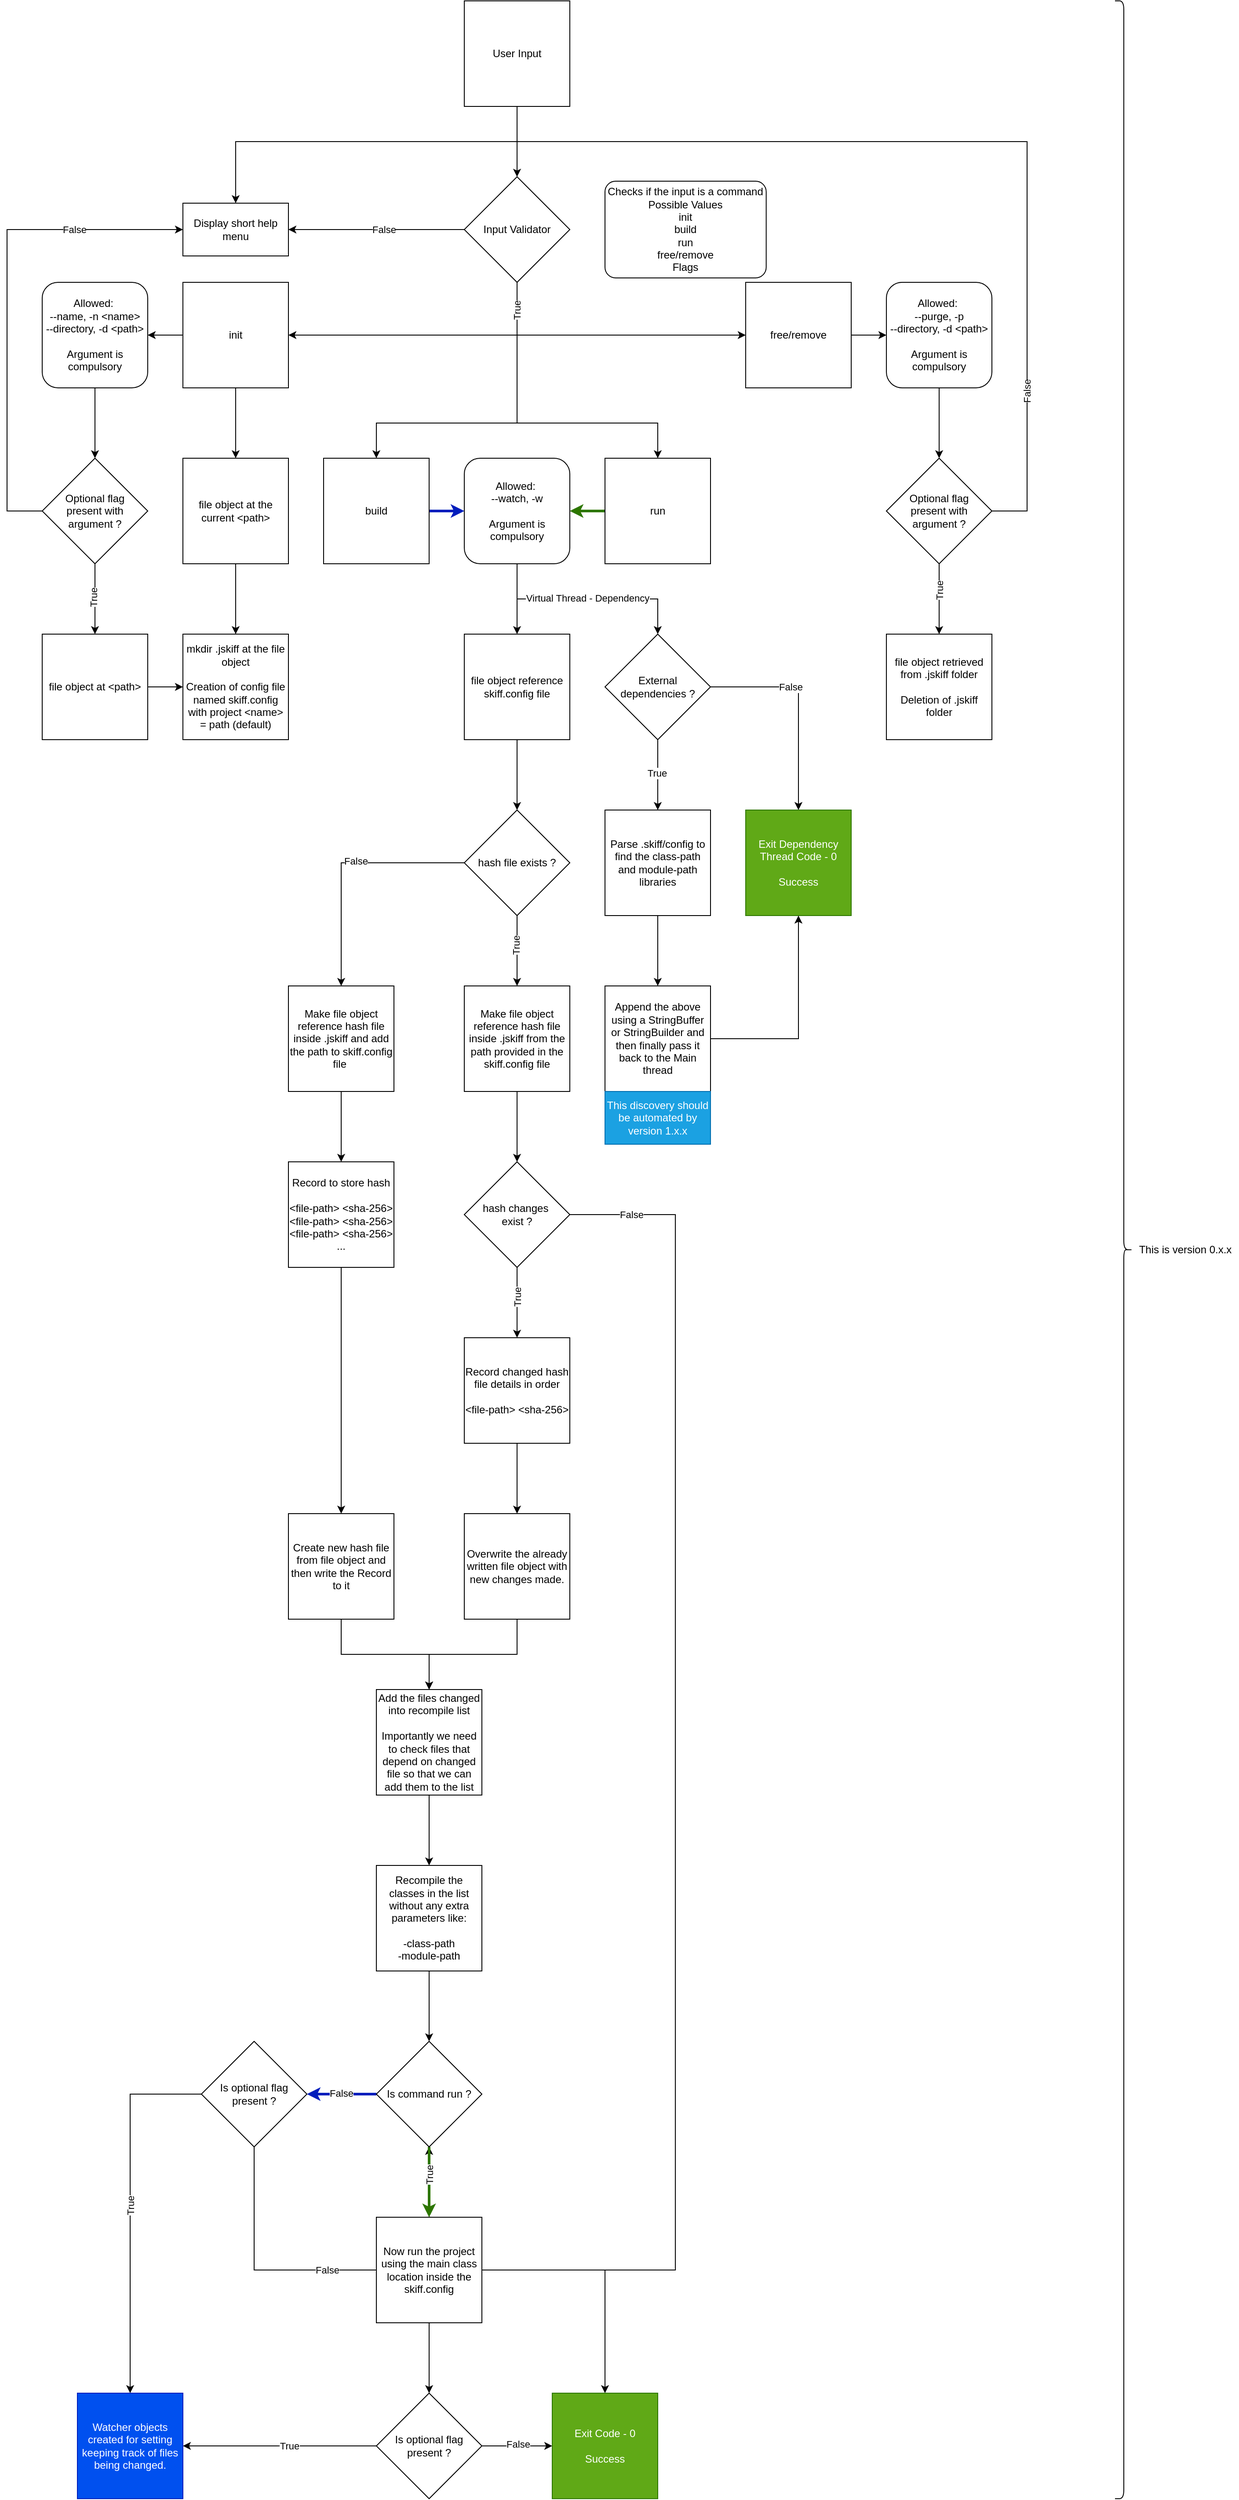
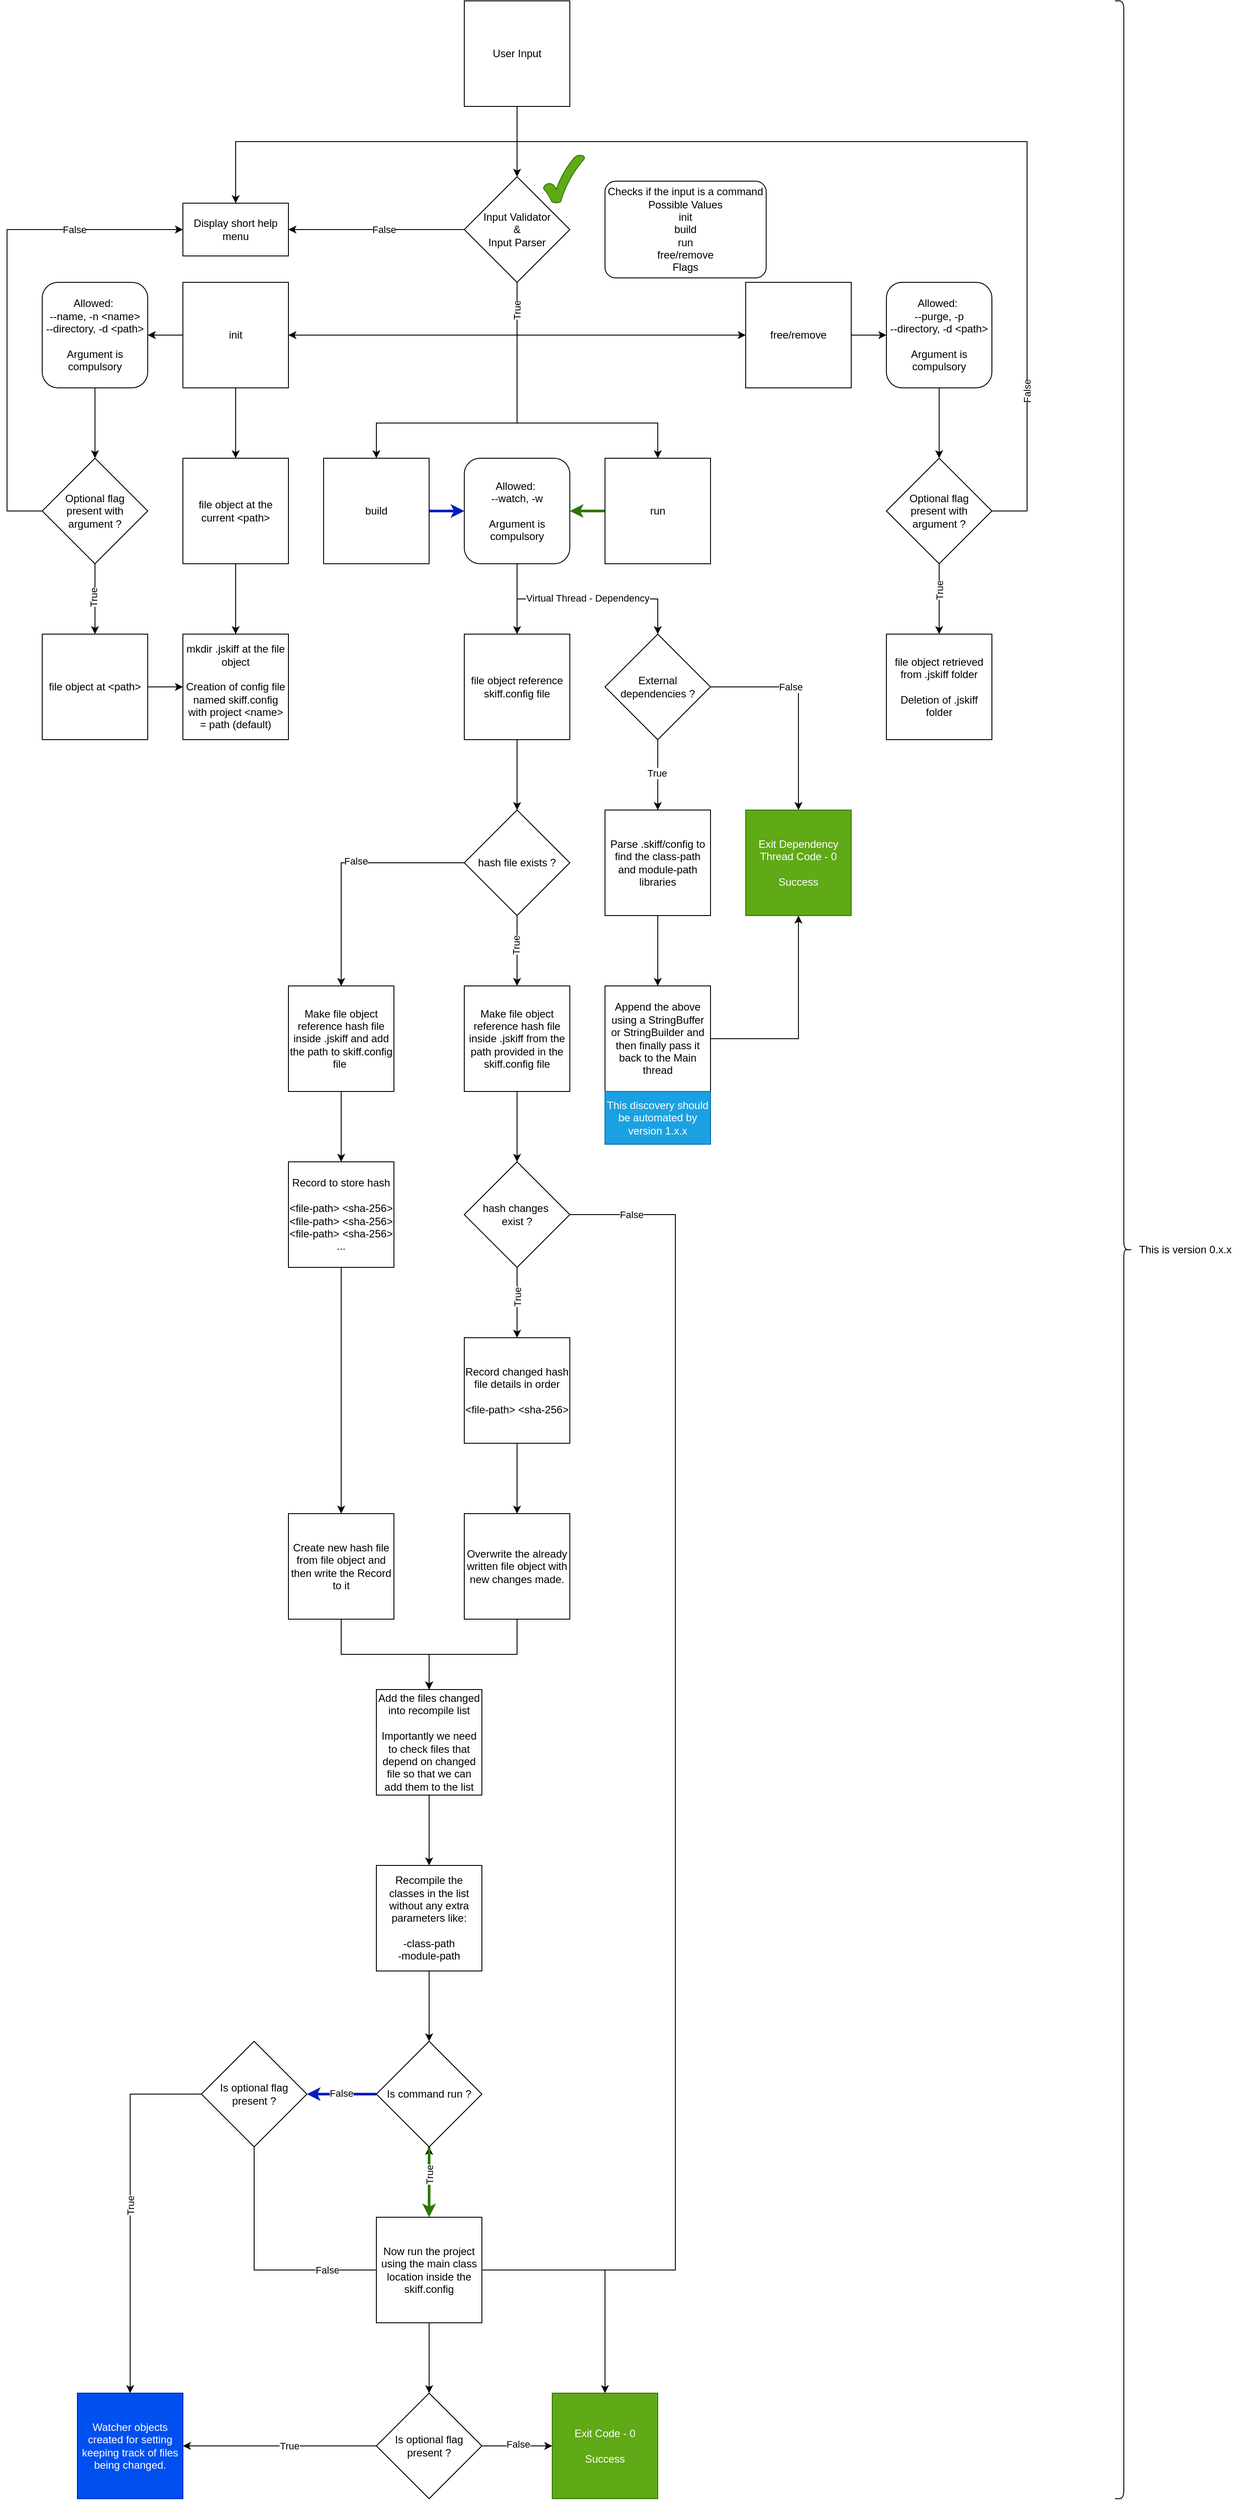
<mxfile host="Electron" agent="Mozilla/5.0 (Macintosh; Intel Mac OS X 10_15_7) AppleWebKit/537.36 (KHTML, like Gecko) draw.io/29.5.2 Chrome/142.0.7444.265 Electron/39.6.1 Safari/537.36">
  <diagram name="Page-1" id="RRkaCzey-Hmdg8RHbrl_">
-     <mxGraphModel dx="1330" dy="822" grid="1" gridSize="10" guides="1" tooltips="1" connect="1" arrows="1" fold="1" page="0" pageScale="1" pageWidth="827" pageHeight="1169" math="0" shadow="0">
+     <mxGraphModel dx="1074" dy="664" grid="1" gridSize="10" guides="1" tooltips="1" connect="1" arrows="1" fold="1" page="0" pageScale="1" pageWidth="827" pageHeight="1169" math="0" shadow="0">
      <root>
        <mxCell id="0" />
        <mxCell id="1" parent="0" />
        <mxCell id="_L8elAd2zRHlTAjXCjIf-3" edge="1" parent="1" source="_L8elAd2zRHlTAjXCjIf-1" style="edgeStyle=orthogonalEdgeStyle;rounded=0;orthogonalLoop=1;jettySize=auto;html=1;entryX=0.5;entryY=0;entryDx=0;entryDy=0;align=center;" target="_L8elAd2zRHlTAjXCjIf-26" value="">
          <mxGeometry relative="1" as="geometry">
            <mxPoint x="660" y="200" as="targetPoint" />
          </mxGeometry>
        </mxCell>
        <mxCell id="_L8elAd2zRHlTAjXCjIf-1" parent="1" style="rounded=0;html=1;aspect=fixed;align=center;whiteSpace=wrap;" value="User Input" vertex="1">
          <mxGeometry height="120" width="120" x="600" as="geometry" />
        </mxCell>
        <mxCell id="_L8elAd2zRHlTAjXCjIf-4" parent="1" style="rounded=1;html=1;arcSize=11;aspect=fixed;align=center;whiteSpace=wrap;" value="Checks if the input is a command&lt;br&gt;Possible Values&lt;br&gt;init&lt;br&gt;build&lt;br&gt;run&lt;br&gt;free/remove&lt;br&gt;Flags" vertex="1">
          <mxGeometry height="110" width="183.33" x="760" y="205" as="geometry" />
        </mxCell>
        <mxCell id="_L8elAd2zRHlTAjXCjIf-34" edge="1" parent="1" source="_L8elAd2zRHlTAjXCjIf-8" style="edgeStyle=orthogonalEdgeStyle;rounded=0;orthogonalLoop=1;jettySize=auto;html=1;align=center;" target="_L8elAd2zRHlTAjXCjIf-24">
          <mxGeometry relative="1" as="geometry" />
        </mxCell>
        <mxCell id="_L8elAd2zRHlTAjXCjIf-47" edge="1" parent="1" source="_L8elAd2zRHlTAjXCjIf-8" style="edgeStyle=orthogonalEdgeStyle;rounded=0;orthogonalLoop=1;jettySize=auto;html=1;align=center;" target="_L8elAd2zRHlTAjXCjIf-46" value="">
          <mxGeometry relative="1" as="geometry" />
        </mxCell>
        <mxCell id="_L8elAd2zRHlTAjXCjIf-8" parent="1" style="rounded=0;html=1;aspect=fixed;align=center;whiteSpace=wrap;" value="init" vertex="1">
          <mxGeometry height="120" width="120" x="280" y="320" as="geometry" />
        </mxCell>
        <mxCell id="_L8elAd2zRHlTAjXCjIf-62" edge="1" parent="1" source="_L8elAd2zRHlTAjXCjIf-10" style="edgeStyle=orthogonalEdgeStyle;rounded=0;orthogonalLoop=1;jettySize=auto;html=1;fillColor=#0050ef;strokeColor=#001DBC;strokeWidth=3;align=center;" target="Qmm5ZwnxzWg7dFWX0fx7-13" value="">
          <mxGeometry relative="1" as="geometry" />
        </mxCell>
        <mxCell id="_L8elAd2zRHlTAjXCjIf-10" parent="1" style="rounded=0;html=1;aspect=fixed;align=center;whiteSpace=wrap;" value="build" vertex="1">
          <mxGeometry height="120" width="120" x="440" y="520" as="geometry" />
        </mxCell>
        <mxCell id="_L8elAd2zRHlTAjXCjIf-63" edge="1" parent="1" source="_L8elAd2zRHlTAjXCjIf-12" style="edgeStyle=orthogonalEdgeStyle;rounded=0;orthogonalLoop=1;jettySize=auto;html=1;fillColor=#60a917;strokeColor=#2D7600;strokeWidth=3;align=center;" target="Qmm5ZwnxzWg7dFWX0fx7-13">
          <mxGeometry relative="1" as="geometry" />
        </mxCell>
        <mxCell id="_L8elAd2zRHlTAjXCjIf-12" parent="1" style="rounded=0;html=1;aspect=fixed;align=center;whiteSpace=wrap;" value="run" vertex="1">
          <mxGeometry height="120" width="120" x="760" y="520" as="geometry" />
        </mxCell>
        <mxCell id="_L8elAd2zRHlTAjXCjIf-50" edge="1" parent="1" source="_L8elAd2zRHlTAjXCjIf-14" style="edgeStyle=orthogonalEdgeStyle;rounded=0;orthogonalLoop=1;jettySize=auto;html=1;align=center;" target="_L8elAd2zRHlTAjXCjIf-49" value="">
          <mxGeometry relative="1" as="geometry" />
        </mxCell>
        <mxCell id="_L8elAd2zRHlTAjXCjIf-14" parent="1" style="rounded=0;html=1;aspect=fixed;align=center;whiteSpace=wrap;" value="free/remove" vertex="1">
          <mxGeometry height="120" width="120" x="920" y="320" as="geometry" />
        </mxCell>
        <mxCell id="_L8elAd2zRHlTAjXCjIf-36" edge="1" parent="1" source="_L8elAd2zRHlTAjXCjIf-20" style="edgeStyle=orthogonalEdgeStyle;rounded=0;orthogonalLoop=1;jettySize=auto;html=1;align=center;" target="_L8elAd2zRHlTAjXCjIf-32">
          <mxGeometry relative="1" as="geometry">
            <Array as="points">
              <mxPoint x="80" y="580" />
              <mxPoint x="80" y="260" />
            </Array>
          </mxGeometry>
        </mxCell>
        <mxCell id="_L8elAd2zRHlTAjXCjIf-37" connectable="0" parent="_L8elAd2zRHlTAjXCjIf-36" style="edgeLabel;html=1;align=center;verticalAlign=middle;resizable=0;points=[];whiteSpace=wrap;fontColor=light-dark(#000000,#FF0000);" value="False" vertex="1">
          <mxGeometry relative="1" x="0.5583" y="1" as="geometry">
            <mxPoint y="1" as="offset" />
          </mxGeometry>
        </mxCell>
        <mxCell id="_L8elAd2zRHlTAjXCjIf-42" edge="1" parent="1" source="_L8elAd2zRHlTAjXCjIf-20" style="edgeStyle=orthogonalEdgeStyle;rounded=0;orthogonalLoop=1;jettySize=auto;html=1;align=center;" target="_L8elAd2zRHlTAjXCjIf-41" value="">
          <mxGeometry relative="1" as="geometry" />
        </mxCell>
        <mxCell id="_L8elAd2zRHlTAjXCjIf-43" connectable="0" parent="_L8elAd2zRHlTAjXCjIf-42" style="edgeLabel;html=1;align=center;verticalAlign=middle;resizable=0;points=[];whiteSpace=wrap;horizontal=0;fontColor=light-dark(#000000,#00FF00);" value="True" vertex="1">
          <mxGeometry relative="1" x="-0.05" y="-2" as="geometry">
            <mxPoint as="offset" />
          </mxGeometry>
        </mxCell>
        <mxCell id="_L8elAd2zRHlTAjXCjIf-20" parent="1" style="rhombus;html=1;aspect=fixed;align=center;whiteSpace=wrap;" value="Optional flag &lt;br&gt;present with argument ?" vertex="1">
          <mxGeometry height="120" width="120" x="120" y="520" as="geometry" />
        </mxCell>
        <mxCell id="_L8elAd2zRHlTAjXCjIf-35" edge="1" parent="1" source="_L8elAd2zRHlTAjXCjIf-24" style="edgeStyle=orthogonalEdgeStyle;rounded=0;orthogonalLoop=1;jettySize=auto;html=1;align=center;" target="_L8elAd2zRHlTAjXCjIf-20" value="">
          <mxGeometry relative="1" as="geometry" />
        </mxCell>
        <mxCell id="_L8elAd2zRHlTAjXCjIf-24" parent="1" style="rounded=1;html=1;align=center;whiteSpace=wrap;" value="Allowed:&amp;nbsp;&lt;div&gt;--name, -n &amp;lt;name&amp;gt;&lt;br&gt;--directory, -d &amp;lt;path&amp;gt;&lt;br&gt;&lt;br&gt;Argument is compulsory&lt;/div&gt;" vertex="1">
          <mxGeometry height="120" width="120" x="120" y="320" as="geometry" />
        </mxCell>
        <mxCell id="_L8elAd2zRHlTAjXCjIf-27" edge="1" parent="1" source="_L8elAd2zRHlTAjXCjIf-26" style="edgeStyle=orthogonalEdgeStyle;rounded=0;orthogonalLoop=1;jettySize=auto;html=1;entryX=1;entryY=0.5;entryDx=0;entryDy=0;align=center;" target="_L8elAd2zRHlTAjXCjIf-8">
          <mxGeometry relative="1" as="geometry">
            <Array as="points">
              <mxPoint x="660" y="380" />
            </Array>
          </mxGeometry>
        </mxCell>
        <mxCell id="_L8elAd2zRHlTAjXCjIf-29" edge="1" parent="1" source="_L8elAd2zRHlTAjXCjIf-26" style="edgeStyle=orthogonalEdgeStyle;rounded=0;orthogonalLoop=1;jettySize=auto;html=1;align=center;" target="_L8elAd2zRHlTAjXCjIf-10">
          <mxGeometry relative="1" as="geometry">
            <Array as="points">
              <mxPoint x="660" y="480" />
              <mxPoint x="500" y="480" />
            </Array>
          </mxGeometry>
        </mxCell>
        <mxCell id="_L8elAd2zRHlTAjXCjIf-30" edge="1" parent="1" source="_L8elAd2zRHlTAjXCjIf-26" style="edgeStyle=orthogonalEdgeStyle;rounded=0;orthogonalLoop=1;jettySize=auto;html=1;align=center;" target="_L8elAd2zRHlTAjXCjIf-12">
          <mxGeometry relative="1" as="geometry">
            <Array as="points">
              <mxPoint x="660" y="480" />
              <mxPoint x="820" y="480" />
            </Array>
          </mxGeometry>
        </mxCell>
        <mxCell id="_L8elAd2zRHlTAjXCjIf-33" edge="1" parent="1" source="_L8elAd2zRHlTAjXCjIf-26" style="edgeStyle=orthogonalEdgeStyle;rounded=0;orthogonalLoop=1;jettySize=auto;html=1;align=center;" target="_L8elAd2zRHlTAjXCjIf-32" value="">
          <mxGeometry relative="1" as="geometry" />
        </mxCell>
        <mxCell id="_L8elAd2zRHlTAjXCjIf-38" connectable="0" parent="_L8elAd2zRHlTAjXCjIf-33" style="edgeLabel;html=1;align=center;verticalAlign=middle;resizable=0;points=[];whiteSpace=wrap;fontColor=light-dark(#000000,#FF0000);" value="False" vertex="1">
          <mxGeometry relative="1" x="-0.0881" y="4" as="geometry">
            <mxPoint y="-4" as="offset" />
          </mxGeometry>
        </mxCell>
-         <mxCell id="_L8elAd2zRHlTAjXCjIf-26" parent="1" style="rhombus;html=1;align=center;whiteSpace=wrap;" value="Input Validator" vertex="1">
+         <mxCell id="_L8elAd2zRHlTAjXCjIf-26" parent="1" style="rhombus;html=1;align=center;whiteSpace=wrap;" value="Input Validator&lt;div&gt;&amp;amp;&lt;/div&gt;&lt;div&gt;Input Parser&lt;/div&gt;" vertex="1">
          <mxGeometry height="120" width="120" x="600" y="200" as="geometry" />
        </mxCell>
        <mxCell id="_L8elAd2zRHlTAjXCjIf-28" edge="1" parent="1" source="_L8elAd2zRHlTAjXCjIf-26" style="edgeStyle=orthogonalEdgeStyle;rounded=0;orthogonalLoop=1;jettySize=auto;html=1;entryX=0;entryY=0.5;entryDx=0;entryDy=0;align=center;" target="_L8elAd2zRHlTAjXCjIf-14">
          <mxGeometry relative="1" as="geometry">
            <Array as="points">
              <mxPoint x="660" y="380" />
            </Array>
          </mxGeometry>
        </mxCell>
        <mxCell id="_L8elAd2zRHlTAjXCjIf-31" connectable="0" parent="_L8elAd2zRHlTAjXCjIf-28" style="edgeLabel;html=1;align=center;verticalAlign=middle;resizable=0;points=[];whiteSpace=wrap;horizontal=0;fontColor=light-dark(#000000,#00FF00);" value="True" vertex="1">
          <mxGeometry relative="1" x="-0.8032" y="-1" as="geometry">
            <mxPoint x="1" as="offset" />
          </mxGeometry>
        </mxCell>
        <mxCell id="_L8elAd2zRHlTAjXCjIf-32" parent="1" style="html=1;align=center;whiteSpace=wrap;" value="Display short help menu" vertex="1">
          <mxGeometry height="60" width="120" x="280" y="230" as="geometry" />
        </mxCell>
        <mxCell id="_L8elAd2zRHlTAjXCjIf-40" parent="1" style="rounded=0;html=1;align=center;whiteSpace=wrap;" value="mkdir .jskiff at the file object&lt;div&gt;&lt;br&gt;&lt;/div&gt;&lt;div&gt;Creation of config file named skiff.config&lt;/div&gt;&lt;div&gt;with&amp;nbsp;project &amp;lt;name&amp;gt;&lt;br&gt;= path (default)&lt;/div&gt;" vertex="1">
          <mxGeometry height="120" width="120" x="280" y="720" as="geometry" />
        </mxCell>
        <mxCell id="_L8elAd2zRHlTAjXCjIf-44" edge="1" parent="1" source="_L8elAd2zRHlTAjXCjIf-41" style="edgeStyle=orthogonalEdgeStyle;rounded=0;orthogonalLoop=1;jettySize=auto;html=1;align=center;" target="_L8elAd2zRHlTAjXCjIf-40" value="">
          <mxGeometry relative="1" as="geometry" />
        </mxCell>
        <mxCell id="_L8elAd2zRHlTAjXCjIf-41" parent="1" style="rounded=0;html=1;align=center;whiteSpace=wrap;" value="&lt;span style=&quot;background-color: transparent; color: light-dark(rgb(0, 0, 0), rgb(255, 255, 255));&quot;&gt;file object at &amp;lt;path&amp;gt;&lt;br&gt;&lt;/span&gt;" vertex="1">
          <mxGeometry height="120" width="120" x="120" y="720" as="geometry" />
        </mxCell>
        <mxCell id="_L8elAd2zRHlTAjXCjIf-48" edge="1" parent="1" source="_L8elAd2zRHlTAjXCjIf-46" style="edgeStyle=orthogonalEdgeStyle;rounded=0;orthogonalLoop=1;jettySize=auto;html=1;align=center;" target="_L8elAd2zRHlTAjXCjIf-40" value="">
          <mxGeometry relative="1" as="geometry" />
        </mxCell>
        <mxCell id="_L8elAd2zRHlTAjXCjIf-46" parent="1" style="rounded=0;html=1;aspect=fixed;align=center;whiteSpace=wrap;" value="file object at the current &amp;lt;path&amp;gt;" vertex="1">
          <mxGeometry height="120" width="120" x="280" y="520" as="geometry" />
        </mxCell>
        <mxCell id="_L8elAd2zRHlTAjXCjIf-52" edge="1" parent="1" source="_L8elAd2zRHlTAjXCjIf-49" style="edgeStyle=orthogonalEdgeStyle;rounded=0;orthogonalLoop=1;jettySize=auto;html=1;align=center;" target="_L8elAd2zRHlTAjXCjIf-51" value="">
          <mxGeometry relative="1" as="geometry" />
        </mxCell>
        <mxCell id="_L8elAd2zRHlTAjXCjIf-49" parent="1" style="rounded=1;html=1;align=center;whiteSpace=wrap;" value="Allowed:&amp;nbsp;&lt;div&gt;--purge, -p&lt;br&gt;--directory, -d &amp;lt;path&amp;gt;&lt;br&gt;&lt;br&gt;Argument is compulsory&lt;/div&gt;" vertex="1">
          <mxGeometry height="120" width="120" x="1080" y="320" as="geometry" />
        </mxCell>
        <mxCell id="_L8elAd2zRHlTAjXCjIf-54" edge="1" parent="1" source="_L8elAd2zRHlTAjXCjIf-51" style="edgeStyle=orthogonalEdgeStyle;rounded=0;orthogonalLoop=1;jettySize=auto;html=1;align=center;" target="_L8elAd2zRHlTAjXCjIf-53" value="">
          <mxGeometry relative="1" as="geometry" />
        </mxCell>
        <mxCell id="_L8elAd2zRHlTAjXCjIf-56" connectable="0" parent="_L8elAd2zRHlTAjXCjIf-54" style="edgeLabel;html=1;align=center;verticalAlign=middle;resizable=0;points=[];whiteSpace=wrap;horizontal=0;fontColor=light-dark(#000000,#00FF00);" value="True" vertex="1">
          <mxGeometry relative="1" x="0.05" y="-2" as="geometry">
            <mxPoint x="2" y="-12" as="offset" />
          </mxGeometry>
        </mxCell>
        <mxCell id="_L8elAd2zRHlTAjXCjIf-55" edge="1" parent="1" source="_L8elAd2zRHlTAjXCjIf-51" style="edgeStyle=orthogonalEdgeStyle;rounded=0;orthogonalLoop=1;jettySize=auto;html=1;align=center;" target="_L8elAd2zRHlTAjXCjIf-32">
          <mxGeometry relative="1" as="geometry">
            <Array as="points">
              <mxPoint x="1240" y="580" />
              <mxPoint x="1240" y="160" />
              <mxPoint x="340" y="160" />
            </Array>
          </mxGeometry>
        </mxCell>
        <mxCell id="_L8elAd2zRHlTAjXCjIf-57" connectable="0" parent="_L8elAd2zRHlTAjXCjIf-55" style="edgeLabel;html=1;align=center;verticalAlign=middle;resizable=0;points=[];whiteSpace=wrap;horizontal=0;fontColor=light-dark(#000000,#FF0000);" value="False" vertex="1">
          <mxGeometry relative="1" x="-0.703" y="-1" as="geometry">
            <mxPoint x="-1" y="36" as="offset" />
          </mxGeometry>
        </mxCell>
        <mxCell id="_L8elAd2zRHlTAjXCjIf-51" parent="1" style="rhombus;html=1;aspect=fixed;align=center;whiteSpace=wrap;" value="Optional flag &lt;br&gt;present with argument ?" vertex="1">
          <mxGeometry height="120" width="120" x="1080" y="520" as="geometry" />
        </mxCell>
        <mxCell id="_L8elAd2zRHlTAjXCjIf-53" parent="1" style="rounded=0;html=1;align=center;whiteSpace=wrap;" value="&lt;span style=&quot;background-color: transparent; color: light-dark(rgb(0, 0, 0), rgb(255, 255, 255));&quot;&gt;file object retrieved from .jskiff folder&lt;/span&gt;&lt;div&gt;&lt;span style=&quot;background-color: transparent; color: light-dark(rgb(0, 0, 0), rgb(255, 255, 255));&quot;&gt;&lt;br&gt;Deletion of .jskiff folder&lt;/span&gt;&lt;/div&gt;" vertex="1">
          <mxGeometry height="120" width="120" x="1080" y="720" as="geometry" />
        </mxCell>
        <mxCell id="_L8elAd2zRHlTAjXCjIf-65" edge="1" parent="1" source="_L8elAd2zRHlTAjXCjIf-61" style="edgeStyle=orthogonalEdgeStyle;rounded=0;orthogonalLoop=1;jettySize=auto;html=1;align=center;" target="_L8elAd2zRHlTAjXCjIf-64" value="">
          <mxGeometry relative="1" as="geometry" />
        </mxCell>
        <mxCell id="_L8elAd2zRHlTAjXCjIf-66" connectable="0" parent="_L8elAd2zRHlTAjXCjIf-65" style="edgeLabel;html=1;align=center;verticalAlign=middle;resizable=0;points=[];whiteSpace=wrap;fontColor=light-dark(#000000,#FF0000);" value="False" vertex="1">
          <mxGeometry relative="1" x="-0.1167" y="-1" as="geometry">
            <mxPoint y="-1" as="offset" />
          </mxGeometry>
        </mxCell>
        <mxCell id="D8js0SttXVh86KWsJFss-5" edge="1" parent="1" source="_L8elAd2zRHlTAjXCjIf-61" style="edgeStyle=orthogonalEdgeStyle;rounded=0;orthogonalLoop=1;jettySize=auto;html=1;align=center;" target="D8js0SttXVh86KWsJFss-4" value="">
          <mxGeometry relative="1" as="geometry" />
        </mxCell>
        <mxCell id="D8js0SttXVh86KWsJFss-6" connectable="0" parent="D8js0SttXVh86KWsJFss-5" style="edgeLabel;html=1;align=center;verticalAlign=middle;resizable=0;points=[];whiteSpace=wrap;horizontal=0;fontColor=light-dark(#000000,#00FF00);" value="True" vertex="1">
          <mxGeometry relative="1" x="-0.1625" y="-1" as="geometry">
            <mxPoint as="offset" />
          </mxGeometry>
        </mxCell>
        <mxCell id="_L8elAd2zRHlTAjXCjIf-61" parent="1" style="rhombus;html=1;rounded=0;aspect=fixed;align=center;whiteSpace=wrap;" value="hash file exists ?" vertex="1">
          <mxGeometry height="120" width="120" x="600" y="920" as="geometry" />
        </mxCell>
        <mxCell id="_L8elAd2zRHlTAjXCjIf-70" edge="1" parent="1" source="_L8elAd2zRHlTAjXCjIf-64" style="edgeStyle=orthogonalEdgeStyle;rounded=0;orthogonalLoop=1;jettySize=auto;html=1;align=center;" target="_L8elAd2zRHlTAjXCjIf-69" value="">
          <mxGeometry relative="1" as="geometry" />
        </mxCell>
        <mxCell id="_L8elAd2zRHlTAjXCjIf-64" parent="1" style="html=1;rounded=0;align=center;whiteSpace=wrap;" value="Make file object reference hash file inside .jskiff and add the path to skiff.config file&amp;nbsp;" vertex="1">
          <mxGeometry height="120" width="120" x="400" y="1120" as="geometry" />
        </mxCell>
        <mxCell id="D8js0SttXVh86KWsJFss-22" edge="1" parent="1" source="_L8elAd2zRHlTAjXCjIf-67" style="edgeStyle=orthogonalEdgeStyle;rounded=0;orthogonalLoop=1;jettySize=auto;html=1;" target="_L8elAd2zRHlTAjXCjIf-61">
          <mxGeometry relative="1" as="geometry" />
        </mxCell>
        <mxCell id="_L8elAd2zRHlTAjXCjIf-67" parent="1" style="rounded=0;html=1;align=center;whiteSpace=wrap;" value="file object reference skiff.config file" vertex="1">
          <mxGeometry height="120" width="120" x="600" y="720" as="geometry" />
        </mxCell>
        <mxCell id="_L8elAd2zRHlTAjXCjIf-72" edge="1" parent="1" source="_L8elAd2zRHlTAjXCjIf-69" style="edgeStyle=orthogonalEdgeStyle;rounded=0;orthogonalLoop=1;jettySize=auto;html=1;align=center;" target="_L8elAd2zRHlTAjXCjIf-71" value="">
          <mxGeometry relative="1" as="geometry" />
        </mxCell>
        <mxCell id="_L8elAd2zRHlTAjXCjIf-69" parent="1" style="html=1;rounded=0;align=center;whiteSpace=wrap;" value="Record to store hash&lt;br&gt;&lt;div&gt;&lt;br&gt;&lt;/div&gt;&lt;div&gt;&amp;lt;file-path&amp;gt; &amp;lt;sha-256&amp;gt;&lt;br&gt;&amp;lt;file-path&amp;gt; &amp;lt;sha-256&amp;gt;&lt;/div&gt;&lt;div&gt;&amp;lt;file-path&amp;gt; &amp;lt;sha-256&amp;gt;&lt;/div&gt;&lt;div&gt;...&lt;/div&gt;" vertex="1">
          <mxGeometry height="120" width="120" x="400" y="1320" as="geometry" />
        </mxCell>
        <mxCell id="D8js0SttXVh86KWsJFss-12" edge="1" parent="1" source="_L8elAd2zRHlTAjXCjIf-71" style="edgeStyle=orthogonalEdgeStyle;rounded=0;orthogonalLoop=1;jettySize=auto;html=1;" target="D8js0SttXVh86KWsJFss-11" value="">
          <mxGeometry relative="1" as="geometry" />
        </mxCell>
        <mxCell id="_L8elAd2zRHlTAjXCjIf-71" parent="1" style="html=1;rounded=0;align=center;whiteSpace=wrap;" value="Create new hash file from file object and then write the Record to it" vertex="1">
          <mxGeometry height="120" width="120" x="400" y="1720" as="geometry" />
        </mxCell>
        <mxCell id="D8js0SttXVh86KWsJFss-15" edge="1" parent="1" source="D8js0SttXVh86KWsJFss-4" style="edgeStyle=orthogonalEdgeStyle;rounded=0;orthogonalLoop=1;jettySize=auto;html=1;" target="D8js0SttXVh86KWsJFss-14" value="">
          <mxGeometry relative="1" as="geometry" />
        </mxCell>
        <mxCell id="D8js0SttXVh86KWsJFss-4" parent="1" style="html=1;rounded=0;align=center;whiteSpace=wrap;" value="Make file object reference hash file inside .jskiff from the path provided in the skiff.config file" vertex="1">
          <mxGeometry height="120" width="120" x="600" y="1120" as="geometry" />
        </mxCell>
        <mxCell id="D8js0SttXVh86KWsJFss-13" edge="1" parent="1" source="D8js0SttXVh86KWsJFss-9" style="edgeStyle=orthogonalEdgeStyle;rounded=0;orthogonalLoop=1;jettySize=auto;html=1;entryX=0.5;entryY=0;entryDx=0;entryDy=0;" target="D8js0SttXVh86KWsJFss-11">
          <mxGeometry relative="1" as="geometry" />
        </mxCell>
        <mxCell id="D8js0SttXVh86KWsJFss-9" parent="1" style="html=1;rounded=0;align=center;whiteSpace=wrap;" value="&lt;div&gt;Overwrite the already written file object with new changes made.&lt;/div&gt;" vertex="1">
          <mxGeometry height="120" width="120" x="600" y="1720" as="geometry" />
        </mxCell>
        <mxCell id="kUUIiqGxWrQIOyBqX_BW-5" edge="1" parent="1" source="D8js0SttXVh86KWsJFss-11" style="edgeStyle=orthogonalEdgeStyle;rounded=0;orthogonalLoop=1;jettySize=auto;html=1;" target="DWGIw0IIuDlJqxq0uWgz-1">
          <mxGeometry relative="1" as="geometry" />
        </mxCell>
        <mxCell id="D8js0SttXVh86KWsJFss-11" parent="1" style="html=1;rounded=0;align=center;whiteSpace=wrap;" value="&lt;div&gt;Add the files changed into recompile list&lt;br&gt;&lt;br&gt;&lt;/div&gt;&lt;div&gt;Importantly we need to check files that depend on changed file so that we can add them to the list&lt;/div&gt;" vertex="1">
          <mxGeometry height="120" width="120" x="500" y="1920" as="geometry" />
        </mxCell>
        <mxCell id="D8js0SttXVh86KWsJFss-19" edge="1" parent="1" source="D8js0SttXVh86KWsJFss-14" style="edgeStyle=orthogonalEdgeStyle;rounded=0;orthogonalLoop=1;jettySize=auto;html=1;" target="D8js0SttXVh86KWsJFss-20" value="">
          <mxGeometry relative="1" as="geometry">
            <mxPoint x="660" y="1520" as="targetPoint" />
          </mxGeometry>
        </mxCell>
        <mxCell id="D8js0SttXVh86KWsJFss-23" connectable="0" parent="D8js0SttXVh86KWsJFss-19" style="edgeLabel;html=1;align=center;verticalAlign=middle;resizable=0;points=[];horizontal=0;fontColor=light-dark(#000000,#FF0000);" value="&lt;font style=&quot;color: light-dark(rgb(0, 0, 0), rgb(0, 255, 0));&quot;&gt;True&lt;/font&gt;" vertex="1">
          <mxGeometry relative="1" x="-0.1444" as="geometry">
            <mxPoint as="offset" />
          </mxGeometry>
        </mxCell>
        <mxCell id="DWGIw0IIuDlJqxq0uWgz-9" edge="1" parent="1" source="D8js0SttXVh86KWsJFss-14" style="edgeStyle=orthogonalEdgeStyle;rounded=0;orthogonalLoop=1;jettySize=auto;html=1;" target="DWGIw0IIuDlJqxq0uWgz-7">
          <mxGeometry relative="1" as="geometry">
            <Array as="points">
              <mxPoint x="840" y="1380" />
              <mxPoint x="840" y="2580" />
            </Array>
            <mxPoint x="680" y="2530" as="targetPoint" />
          </mxGeometry>
        </mxCell>
        <mxCell id="DWGIw0IIuDlJqxq0uWgz-10" connectable="0" parent="DWGIw0IIuDlJqxq0uWgz-9" style="edgeLabel;html=1;align=center;verticalAlign=middle;resizable=0;points=[];fontColor=light-dark(#000000,#FF0000);" value="False" vertex="1">
          <mxGeometry relative="1" x="-0.9202" as="geometry">
            <mxPoint as="offset" />
          </mxGeometry>
        </mxCell>
        <mxCell id="D8js0SttXVh86KWsJFss-14" parent="1" style="rhombus;html=1;rounded=0;aspect=fixed;align=center;whiteSpace=wrap;" value="hash changes&amp;nbsp;&lt;div&gt;exist ?&lt;/div&gt;" vertex="1">
          <mxGeometry height="120" width="120" x="600" y="1320" as="geometry" />
        </mxCell>
        <mxCell id="D8js0SttXVh86KWsJFss-21" edge="1" parent="1" source="D8js0SttXVh86KWsJFss-20" style="edgeStyle=orthogonalEdgeStyle;rounded=0;orthogonalLoop=1;jettySize=auto;html=1;" target="D8js0SttXVh86KWsJFss-9" value="">
          <mxGeometry relative="1" as="geometry" />
        </mxCell>
        <mxCell id="D8js0SttXVh86KWsJFss-20" parent="1" style="html=1;rounded=0;align=center;whiteSpace=wrap;" value="Record changed hash file details in order&lt;div&gt;&lt;br&gt;&lt;/div&gt;&lt;div&gt;&lt;div&gt;&amp;lt;file-path&amp;gt; &amp;lt;sha-256&amp;gt;&lt;/div&gt;&lt;/div&gt;" vertex="1">
          <mxGeometry height="120" width="120" x="600" y="1520" as="geometry" />
        </mxCell>
        <mxCell id="DWGIw0IIuDlJqxq0uWgz-12" edge="1" parent="1" source="D8js0SttXVh86KWsJFss-27" style="edgeStyle=orthogonalEdgeStyle;rounded=0;orthogonalLoop=1;jettySize=auto;html=1;" target="kUUIiqGxWrQIOyBqX_BW-13" value="">
          <mxGeometry relative="1" as="geometry">
            <mxPoint x="820" y="920.0000000000002" as="targetPoint" />
          </mxGeometry>
        </mxCell>
        <mxCell id="XWM_SaW0I9FZybDSj1vM-3" connectable="0" parent="DWGIw0IIuDlJqxq0uWgz-12" style="edgeLabel;html=1;align=center;verticalAlign=middle;resizable=0;points=[];fontColor=light-dark(#000000,#00FF00);" value="True" vertex="1">
          <mxGeometry relative="1" x="-0.0373" y="1" as="geometry">
            <mxPoint x="-2" y="-1" as="offset" />
          </mxGeometry>
        </mxCell>
        <mxCell id="kUUIiqGxWrQIOyBqX_BW-11" edge="1" parent="1" source="D8js0SttXVh86KWsJFss-27" style="edgeStyle=orthogonalEdgeStyle;rounded=0;orthogonalLoop=1;jettySize=auto;html=1;" target="kUUIiqGxWrQIOyBqX_BW-10">
          <mxGeometry relative="1" as="geometry" />
        </mxCell>
        <mxCell id="kUUIiqGxWrQIOyBqX_BW-12" connectable="0" parent="kUUIiqGxWrQIOyBqX_BW-11" style="edgeLabel;html=1;align=center;verticalAlign=middle;resizable=0;points=[];fontColor=light-dark(#000000,#FF0000);" value="False" vertex="1">
          <mxGeometry relative="1" x="-0.5963" y="-2" as="geometry">
            <mxPoint x="42" y="-2" as="offset" />
          </mxGeometry>
        </mxCell>
        <mxCell id="D8js0SttXVh86KWsJFss-27" parent="1" style="rhombus;whiteSpace=wrap;html=1;rounded=0;aspect=fixed;" value="External dependencies ?" vertex="1">
          <mxGeometry height="120" width="120" x="760" y="720" as="geometry" />
        </mxCell>
        <mxCell id="DWGIw0IIuDlJqxq0uWgz-8" edge="1" parent="1" source="DWGIw0IIuDlJqxq0uWgz-1" style="edgeStyle=orthogonalEdgeStyle;rounded=0;orthogonalLoop=1;jettySize=auto;html=1;" target="DWGIw0IIuDlJqxq0uWgz-7" value="">
          <mxGeometry relative="1" as="geometry" />
        </mxCell>
        <mxCell id="DWGIw0IIuDlJqxq0uWgz-1" parent="1" style="whiteSpace=wrap;html=1;rounded=0;" value="Recompile the classes in the list without any extra parameters like:&lt;br&gt;&lt;br&gt;-class-path&lt;div&gt;-module-path&lt;/div&gt;" vertex="1">
          <mxGeometry height="120" width="120" x="500" y="2120" as="geometry" />
        </mxCell>
        <mxCell id="DWGIw0IIuDlJqxq0uWgz-16" edge="1" parent="1" source="DWGIw0IIuDlJqxq0uWgz-7" style="edgeStyle=orthogonalEdgeStyle;rounded=0;orthogonalLoop=1;jettySize=auto;html=1;fillColor=#0050ef;strokeColor=#001DBC;strokeWidth=3;" target="DWGIw0IIuDlJqxq0uWgz-15" value="">
          <mxGeometry relative="1" as="geometry" />
        </mxCell>
        <mxCell id="DWGIw0IIuDlJqxq0uWgz-19" connectable="0" parent="DWGIw0IIuDlJqxq0uWgz-16" style="edgeLabel;html=1;align=center;verticalAlign=middle;resizable=0;points=[];fontColor=light-dark(#000000,#FF0000);" value="False" vertex="1">
          <mxGeometry relative="1" x="0.0295" y="-1" as="geometry">
            <mxPoint as="offset" />
          </mxGeometry>
        </mxCell>
        <mxCell id="Qmm5ZwnxzWg7dFWX0fx7-2" edge="1" parent="1" source="DWGIw0IIuDlJqxq0uWgz-7" style="edgeStyle=orthogonalEdgeStyle;rounded=0;orthogonalLoop=1;jettySize=auto;html=1;strokeWidth=3;fillColor=#60a917;strokeColor=#2D7600;" target="Qmm5ZwnxzWg7dFWX0fx7-1" value="">
          <mxGeometry relative="1" as="geometry" />
        </mxCell>
        <mxCell id="Qmm5ZwnxzWg7dFWX0fx7-3" connectable="0" parent="Qmm5ZwnxzWg7dFWX0fx7-2" style="edgeLabel;html=1;align=center;verticalAlign=middle;resizable=0;points=[];fontColor=light-dark(#000000,#00FF00);horizontal=0;" value="True" vertex="1">
          <mxGeometry relative="1" x="-0.1955" as="geometry">
            <mxPoint as="offset" />
          </mxGeometry>
        </mxCell>
        <mxCell id="DWGIw0IIuDlJqxq0uWgz-18" edge="1" parent="1" source="DWGIw0IIuDlJqxq0uWgz-15" style="edgeStyle=orthogonalEdgeStyle;rounded=0;orthogonalLoop=1;jettySize=auto;html=1;" target="Qmm5ZwnxzWg7dFWX0fx7-7" value="">
          <mxGeometry relative="1" as="geometry">
            <Array as="points">
              <mxPoint x="361" y="2580" />
              <mxPoint x="760" y="2580" />
            </Array>
            <mxPoint x="220" y="2380" as="targetPoint" />
          </mxGeometry>
        </mxCell>
        <mxCell id="DWGIw0IIuDlJqxq0uWgz-20" connectable="0" parent="DWGIw0IIuDlJqxq0uWgz-18" style="edgeLabel;html=1;align=center;verticalAlign=middle;resizable=0;points=[];fontColor=light-dark(#000000,#FF0000);horizontal=1;" value="False" vertex="1">
          <mxGeometry relative="1" x="0.0837" y="2" as="geometry">
            <mxPoint x="-145" y="2" as="offset" />
          </mxGeometry>
        </mxCell>
        <mxCell id="DWGIw0IIuDlJqxq0uWgz-7" parent="1" style="rhombus;whiteSpace=wrap;html=1;aspect=fixed;" value="Is command run ?" vertex="1">
          <mxGeometry height="120" width="120" x="500" y="2320" as="geometry" />
        </mxCell>
        <mxCell id="kUUIiqGxWrQIOyBqX_BW-2" edge="1" parent="1" source="DWGIw0IIuDlJqxq0uWgz-15" style="edgeStyle=orthogonalEdgeStyle;rounded=0;orthogonalLoop=1;jettySize=auto;html=1;" target="Qmm5ZwnxzWg7dFWX0fx7-10">
          <mxGeometry relative="1" as="geometry" />
        </mxCell>
        <mxCell id="kUUIiqGxWrQIOyBqX_BW-3" connectable="0" parent="kUUIiqGxWrQIOyBqX_BW-2" style="edgeLabel;html=1;align=center;verticalAlign=middle;resizable=0;points=[];horizontal=0;fontColor=light-dark(#000000,#00FF00);" value="True" vertex="1">
          <mxGeometry relative="1" x="-0.0363" y="-1" as="geometry">
            <mxPoint x="1" y="5" as="offset" />
          </mxGeometry>
        </mxCell>
        <mxCell id="DWGIw0IIuDlJqxq0uWgz-15" parent="1" style="rhombus;whiteSpace=wrap;html=1;aspect=fixed;" value="Is optional flag present ?" vertex="1">
          <mxGeometry height="120" width="120" x="301" y="2320" as="geometry" />
        </mxCell>
        <mxCell id="Qmm5ZwnxzWg7dFWX0fx7-6" edge="1" parent="1" source="Qmm5ZwnxzWg7dFWX0fx7-1" style="edgeStyle=orthogonalEdgeStyle;rounded=0;orthogonalLoop=1;jettySize=auto;html=1;" target="Qmm5ZwnxzWg7dFWX0fx7-5" value="">
          <mxGeometry relative="1" as="geometry" />
        </mxCell>
        <mxCell id="Qmm5ZwnxzWg7dFWX0fx7-1" parent="1" style="whiteSpace=wrap;html=1;" value="Now run the project using the main class location inside the skiff.config" vertex="1">
          <mxGeometry height="120" width="120" x="500" y="2520" as="geometry" />
        </mxCell>
        <mxCell id="Qmm5ZwnxzWg7dFWX0fx7-8" edge="1" parent="1" source="Qmm5ZwnxzWg7dFWX0fx7-5" style="edgeStyle=orthogonalEdgeStyle;rounded=0;orthogonalLoop=1;jettySize=auto;html=1;" target="Qmm5ZwnxzWg7dFWX0fx7-7" value="">
          <mxGeometry relative="1" as="geometry" />
        </mxCell>
        <mxCell id="Qmm5ZwnxzWg7dFWX0fx7-9" connectable="0" parent="Qmm5ZwnxzWg7dFWX0fx7-8" style="edgeLabel;html=1;align=center;verticalAlign=middle;resizable=0;points=[];fontColor=light-dark(#000000,#FF0000);" value="False" vertex="1">
          <mxGeometry relative="1" x="0.0095" y="1" as="geometry">
            <mxPoint y="-1" as="offset" />
          </mxGeometry>
        </mxCell>
        <mxCell id="Qmm5ZwnxzWg7dFWX0fx7-11" edge="1" parent="1" source="Qmm5ZwnxzWg7dFWX0fx7-5" style="edgeStyle=orthogonalEdgeStyle;rounded=0;orthogonalLoop=1;jettySize=auto;html=1;" target="Qmm5ZwnxzWg7dFWX0fx7-10" value="">
          <mxGeometry relative="1" as="geometry" />
        </mxCell>
        <mxCell id="Qmm5ZwnxzWg7dFWX0fx7-12" connectable="0" parent="Qmm5ZwnxzWg7dFWX0fx7-11" style="edgeLabel;html=1;align=center;verticalAlign=middle;resizable=0;points=[];fontColor=light-dark(#000000,#00FF00);" value="True" vertex="1">
          <mxGeometry relative="1" x="-0.075" y="1" as="geometry">
            <mxPoint x="3" y="-1" as="offset" />
          </mxGeometry>
        </mxCell>
        <mxCell id="Qmm5ZwnxzWg7dFWX0fx7-5" parent="1" style="rhombus;whiteSpace=wrap;html=1;aspect=fixed;" value="Is optional flag present ?" vertex="1">
          <mxGeometry height="120" width="120" x="500" y="2720" as="geometry" />
        </mxCell>
        <mxCell id="Qmm5ZwnxzWg7dFWX0fx7-7" parent="1" style="whiteSpace=wrap;html=1;fillColor=#60a917;fontColor=#ffffff;strokeColor=#2D7600;" value="Exit Code - 0&lt;br&gt;&lt;br&gt;Success" vertex="1">
          <mxGeometry height="120" width="120" x="700" y="2720" as="geometry" />
        </mxCell>
        <mxCell id="Qmm5ZwnxzWg7dFWX0fx7-10" parent="1" style="whiteSpace=wrap;html=1;fillColor=#0050ef;fontColor=#ffffff;strokeColor=#001DBC;" value="Watcher objects created for setting keeping track of files being changed." vertex="1">
          <mxGeometry height="120" width="120" x="160" y="2720" as="geometry" />
        </mxCell>
        <mxCell id="Qmm5ZwnxzWg7dFWX0fx7-15" edge="1" parent="1" source="Qmm5ZwnxzWg7dFWX0fx7-13" style="edgeStyle=orthogonalEdgeStyle;rounded=0;orthogonalLoop=1;jettySize=auto;html=1;" target="_L8elAd2zRHlTAjXCjIf-67" value="">
          <mxGeometry relative="1" as="geometry" />
        </mxCell>
        <mxCell id="kUUIiqGxWrQIOyBqX_BW-6" edge="1" parent="1" source="Qmm5ZwnxzWg7dFWX0fx7-13" style="edgeStyle=orthogonalEdgeStyle;rounded=0;orthogonalLoop=1;jettySize=auto;html=1;entryX=0.5;entryY=0;entryDx=0;entryDy=0;" target="D8js0SttXVh86KWsJFss-27">
          <mxGeometry relative="1" as="geometry">
            <Array as="points">
              <mxPoint x="660" y="680" />
              <mxPoint x="820" y="680" />
            </Array>
          </mxGeometry>
        </mxCell>
        <mxCell id="kUUIiqGxWrQIOyBqX_BW-7" connectable="0" parent="kUUIiqGxWrQIOyBqX_BW-6" style="edgeLabel;html=1;align=center;verticalAlign=middle;resizable=0;points=[];" value="Virtual Thread - Dependency" vertex="1">
          <mxGeometry relative="1" x="-0.0771" y="1" as="geometry">
            <mxPoint x="9" as="offset" />
          </mxGeometry>
        </mxCell>
        <mxCell id="Qmm5ZwnxzWg7dFWX0fx7-13" parent="1" style="rounded=1;html=1;align=center;whiteSpace=wrap;" value="Allowed:&amp;nbsp;&lt;div&gt;--watch, -w&lt;br&gt;&lt;br&gt;Argument is compulsory&lt;/div&gt;" vertex="1">
          <mxGeometry height="120" width="120" x="600" y="520" as="geometry" />
        </mxCell>
        <mxCell id="kUUIiqGxWrQIOyBqX_BW-10" parent="1" style="whiteSpace=wrap;html=1;fillColor=#60a917;fontColor=#ffffff;strokeColor=#2D7600;" value="Exit Dependency Thread Code - 0&lt;br&gt;&lt;br&gt;Success" vertex="1">
          <mxGeometry height="120" width="120" x="920" y="920" as="geometry" />
        </mxCell>
        <mxCell id="kUUIiqGxWrQIOyBqX_BW-15" edge="1" parent="1" source="kUUIiqGxWrQIOyBqX_BW-13" style="edgeStyle=orthogonalEdgeStyle;rounded=0;orthogonalLoop=1;jettySize=auto;html=1;" target="kUUIiqGxWrQIOyBqX_BW-14" value="">
          <mxGeometry relative="1" as="geometry" />
        </mxCell>
        <mxCell id="kUUIiqGxWrQIOyBqX_BW-13" parent="1" style="rounded=0;whiteSpace=wrap;html=1;" value="Parse .skiff/config to find the class-path and module-path libraries" vertex="1">
          <mxGeometry height="120" width="120" x="760" y="920" as="geometry" />
        </mxCell>
        <mxCell id="kUUIiqGxWrQIOyBqX_BW-16" edge="1" parent="1" source="kUUIiqGxWrQIOyBqX_BW-14" style="edgeStyle=orthogonalEdgeStyle;rounded=0;orthogonalLoop=1;jettySize=auto;html=1;" target="kUUIiqGxWrQIOyBqX_BW-10">
          <mxGeometry relative="1" as="geometry" />
        </mxCell>
        <mxCell id="kUUIiqGxWrQIOyBqX_BW-14" parent="1" style="rounded=0;whiteSpace=wrap;html=1;" value="Append the above using a StringBuffer or StringBuilder and then finally pass it back to the Main thread" vertex="1">
          <mxGeometry height="120" width="120" x="760" y="1120" as="geometry" />
        </mxCell>
        <mxCell id="kUUIiqGxWrQIOyBqX_BW-17" parent="1" style="shape=curlyBracket;whiteSpace=wrap;html=1;rounded=1;flipH=1;labelPosition=right;verticalLabelPosition=middle;align=left;verticalAlign=middle;legacyAnchorPoints=0;" value="" vertex="1">
          <mxGeometry height="2840" width="20" x="1340" as="geometry" />
        </mxCell>
        <mxCell id="kUUIiqGxWrQIOyBqX_BW-18" parent="1" style="text;html=1;whiteSpace=wrap;strokeColor=none;fillColor=none;align=center;verticalAlign=middle;rounded=0;" value="This is version 0.x.x" vertex="1">
          <mxGeometry height="30" width="120" x="1360" y="1405" as="geometry" />
        </mxCell>
        <mxCell id="kUUIiqGxWrQIOyBqX_BW-19" parent="1" style="rounded=0;whiteSpace=wrap;html=1;fillColor=#1ba1e2;fontColor=#ffffff;strokeColor=#006EAF;" value="This discovery should be automated by version 1.x.x" vertex="1">
          <mxGeometry height="60" width="120" x="760" y="1240" as="geometry" />
+         </mxCell>
+         <mxCell id="1pAaF0LTkKSIikwXOGew-1" parent="1" style="verticalLabelPosition=bottom;verticalAlign=top;html=1;shape=mxgraph.basic.tick;fillColor=#60a917;fontColor=#ffffff;strokeColor=#2D7600;" value="" vertex="1">
+           <mxGeometry height="55" width="46.75" x="690" y="175" as="geometry" />
        </mxCell>
      </root>
    </mxGraphModel>
  </diagram>
</mxfile>
